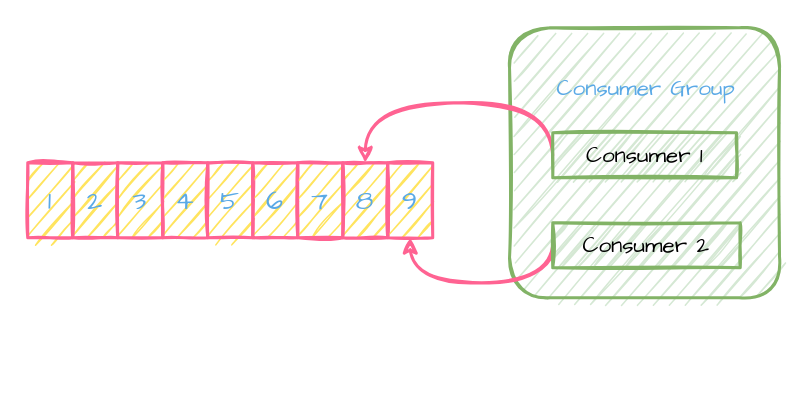
Above: page "stream-cg" (12 of 12) of draw.io/redis.drawio in Jstarfish/picBed (draw.io), before the change. Source tidied: cells renumbered, new cells numbered last; positions are measured from the earlier drawing's top-left corner, leaving out a move shared by most shapes. Both pictures are drawn from the tidied source at 150%, with x=0, y=0 at pixel (27, 27).
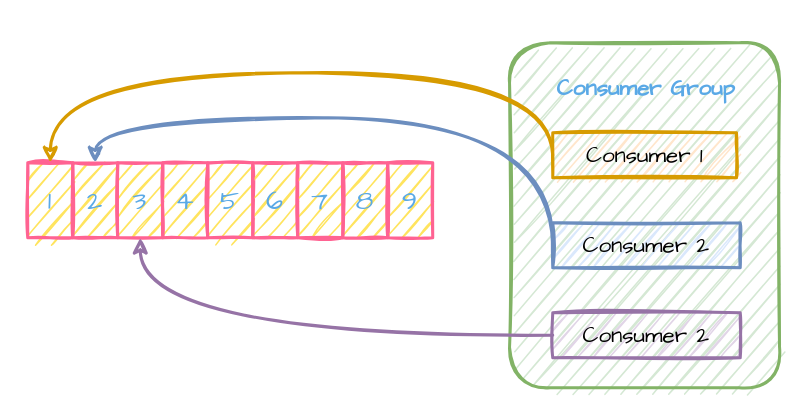
The same diagram, later.

The change refers to these unchanged cells:
```xml
<mxCell id="2" value="&lt;font face=&quot;Comic Sans MS&quot; style=&quot;font-size: 18px&quot;&gt;1&lt;/font&gt;" style="rounded=0;whiteSpace=wrap;html=1;strokeWidth=2;fillColor=#FFE45E;strokeColor=#FF6392;fontColor=#5AA9E6;sketch=1;" parent="1" vertex="1">
  <mxGeometry y="90" width="30" height="50" as="geometry" />
</mxCell>
<mxCell id="3" value="&lt;font face=&quot;Comic Sans MS&quot; style=&quot;font-size: 18px&quot;&gt;2&lt;/font&gt;" style="rounded=0;whiteSpace=wrap;html=1;strokeWidth=2;fillColor=#FFE45E;strokeColor=#FF6392;fontColor=#5AA9E6;sketch=1;" parent="1" vertex="1">
  <mxGeometry x="30" y="90" width="30" height="50" as="geometry" />
</mxCell>
<mxCell id="4" value="&lt;font face=&quot;Comic Sans MS&quot; style=&quot;font-size: 18px&quot;&gt;3&lt;/font&gt;" style="rounded=0;whiteSpace=wrap;html=1;strokeWidth=2;fillColor=#FFE45E;strokeColor=#FF6392;fontColor=#5AA9E6;sketch=1;" parent="1" vertex="1">
  <mxGeometry x="60" y="90" width="30" height="50" as="geometry" />
</mxCell>
<mxCell id="6" value="&lt;font face=&quot;Comic Sans MS&quot; style=&quot;font-size: 18px&quot;&gt;8&lt;/font&gt;" style="rounded=0;whiteSpace=wrap;html=1;strokeWidth=2;fillColor=#FFE45E;strokeColor=#FF6392;fontColor=#5AA9E6;sketch=1;" parent="1" vertex="1">
  <mxGeometry x="210" y="90" width="30" height="50" as="geometry" />
</mxCell>
<mxCell id="10" value="&lt;font face=&quot;Comic Sans MS&quot; style=&quot;font-size: 18px&quot;&gt;9&lt;/font&gt;" style="rounded=0;whiteSpace=wrap;html=1;strokeWidth=2;fillColor=#FFE45E;strokeColor=#FF6392;fontColor=#5AA9E6;sketch=1;" parent="1" vertex="1">
  <mxGeometry x="240" y="90" width="30" height="50" as="geometry" />
</mxCell>
```

Change to the diagram source:
```diff
@@
     <mxCell id="11" style="rounded=1;whiteSpace=wrap;html=1;strokeWidth=2;fillColor=#d5e8d4;strokeColor=#82b366;sketch=1;" parent="1" vertex="1">
-      <mxGeometry x="321.2" width="180" height="180" as="geometry" />
+      <mxGeometry x="321.2" y="10" width="180" height="230" as="geometry" />
     </mxCell>
-    <mxCell id="12" value="&lt;font style=&quot;font-size: 15px&quot; face=&quot;Comic Sans MS&quot;&gt;Consumer Group&lt;/font&gt;" style="text;html=1;strokeColor=none;fillColor=none;align=center;verticalAlign=middle;whiteSpace=wrap;rounded=0;fontColor=#5AA9E6;sketch=1;" parent="1" vertex="1">
+    <mxCell id="12" value="&lt;font style=&quot;font-size: 15px&quot; face=&quot;Comic Sans MS&quot;&gt;&lt;b&gt;Consumer Group&lt;/b&gt;&lt;/font&gt;" style="text;html=1;strokeColor=none;fillColor=none;align=center;verticalAlign=middle;whiteSpace=wrap;rounded=0;fontColor=#5AA9E6;sketch=1;" parent="1" vertex="1">
       <mxGeometry x="345" y="30" width="135" height="20" as="geometry" />
     </mxCell>
-    <mxCell id="13" style="edgeStyle=orthogonalEdgeStyle;rounded=0;jettySize=auto;html=1;entryX=0.5;entryY=0;entryDx=0;entryDy=0;exitX=0;exitY=0.5;exitDx=0;exitDy=0;curved=1;strokeColor=#FF6392;fontColor=#5AA9E6;strokeWidth=2;sketch=1;" parent="1" edge="1" source="14" target="6">
+    <mxCell id="13" style="edgeStyle=orthogonalEdgeStyle;rounded=0;jettySize=auto;html=1;entryX=0.5;entryY=0;entryDx=0;entryDy=0;exitX=0;exitY=0.5;exitDx=0;exitDy=0;strokeColor=#d79b00;fontColor=#5AA9E6;strokeWidth=2;sketch=1;fillColor=#ffe6cc;curved=1;" parent="1" edge="1" source="14" target="2">
       <mxGeometry relative="1" as="geometry">
         <Array as="points">
-          <mxPoint x="350" y="50" />
-          <mxPoint x="225" y="50" />
+          <mxPoint x="350" y="30" />
+          <mxPoint x="15" y="30" />
         </Array>
       </mxGeometry>
     </mxCell>
-    <mxCell id="14" value="&lt;font face=&quot;Comic Sans MS&quot; style=&quot;font-size: 15px&quot;&gt;Consumer 1&lt;/font&gt;" style="rounded=0;whiteSpace=wrap;html=1;strokeWidth=2;fillColor=#d5e8d4;strokeColor=#82b366;sketch=1;" parent="1" vertex="1">
+    <mxCell id="14" value="&lt;font face=&quot;Comic Sans MS&quot; style=&quot;font-size: 15px&quot;&gt;Consumer 1&lt;/font&gt;" style="rounded=0;whiteSpace=wrap;html=1;strokeWidth=2;fillColor=#ffe6cc;strokeColor=#d79b00;sketch=1;" parent="1" vertex="1">
       <mxGeometry x="350" y="70" width="122.5" height="30" as="geometry" />
     </mxCell>
-    <mxCell id="15" style="edgeStyle=orthogonalEdgeStyle;curved=1;rounded=0;jettySize=auto;html=1;entryX=0.5;entryY=1;entryDx=0;entryDy=0;exitX=0;exitY=0.5;exitDx=0;exitDy=0;strokeColor=#FF6392;fontColor=#5AA9E6;strokeWidth=2;sketch=1;" parent="1" edge="1" source="16" target="10">
+    <mxCell id="15" style="edgeStyle=orthogonalEdgeStyle;rounded=0;jettySize=auto;html=1;exitX=0;exitY=0.5;exitDx=0;exitDy=0;strokeColor=#6c8ebf;fontColor=#5AA9E6;strokeWidth=2;sketch=1;fillColor=#dae8fc;entryX=0.5;entryY=0;entryDx=0;entryDy=0;curved=1;" parent="1" edge="1" source="16" target="3">
       <mxGeometry relative="1" as="geometry">
         <Array as="points">
-          <mxPoint x="350" y="170" />
-          <mxPoint x="255" y="170" />
+          <mxPoint x="350" y="60" />
+          <mxPoint x="45" y="60" />
         </Array>
       </mxGeometry>
     </mxCell>
-    <mxCell id="16" value="&lt;font face=&quot;Comic Sans MS&quot; style=&quot;font-size: 15px&quot;&gt;Consumer 2&lt;/font&gt;" style="rounded=0;whiteSpace=wrap;html=1;strokeWidth=2;fillColor=#d5e8d4;strokeColor=#82b366;sketch=1;" parent="1" vertex="1">
+    <mxCell id="16" value="&lt;font face=&quot;Comic Sans MS&quot; style=&quot;font-size: 15px&quot;&gt;Consumer 2&lt;/font&gt;" style="rounded=0;whiteSpace=wrap;html=1;strokeWidth=2;fillColor=#dae8fc;strokeColor=#6c8ebf;sketch=1;" parent="1" vertex="1">
       <mxGeometry x="350" y="130" width="125" height="30" as="geometry" />
     </mxCell>
+    <mxCell id="17" style="edgeStyle=orthogonalEdgeStyle;rounded=1;sketch=1;jettySize=auto;html=1;strokeColor=#9673a6;fillColor=#e1d5e7;fontColor=#5AA9E6;strokeWidth=2;curved=1;" parent="1" edge="1" source="18" target="4">
+      <mxGeometry relative="1" as="geometry" />
+    </mxCell>
+    <mxCell id="18" value="&lt;font face=&quot;Comic Sans MS&quot; style=&quot;font-size: 15px&quot;&gt;Consumer 2&lt;/font&gt;" style="rounded=0;whiteSpace=wrap;html=1;strokeWidth=2;fillColor=#e1d5e7;strokeColor=#9673a6;sketch=1;" parent="1" vertex="1">
+      <mxGeometry x="350" y="190" width="125" height="30" as="geometry" />
+    </mxCell>
```
